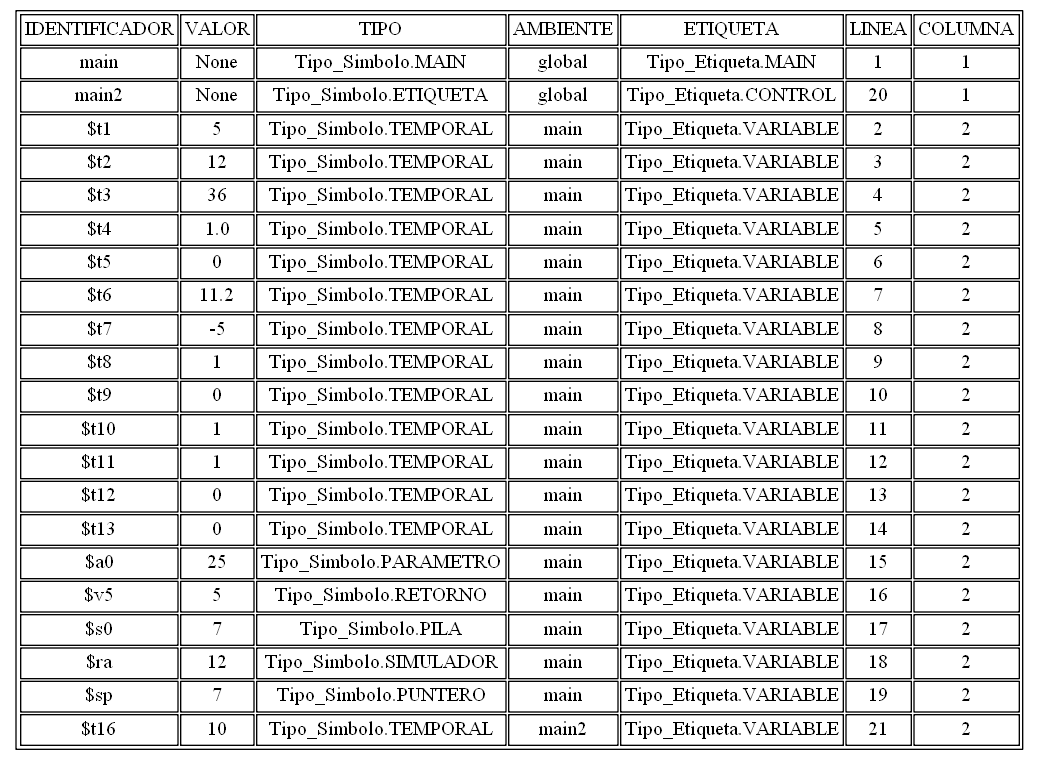
The Graphviz diagram tablasimbolos.png in AndreeAvalos/OLC2-AUGUS, before a commit. Its source is kept beside it as tablasimbolos.dot. Its diagram source:
```dot
digraph tabla{
graph [ratio=fill];node [label="\N", fontsize=15, shape=plaintext];
graph [bb="0,0,352,154"];
arset [label=<<TABLE ALIGN="LEFT">
<TR><TD>IDENTIFICADOR</TD><TD>VALOR</TD><TD>TIPO</TD><TD>AMBIENTE</TD><TD>ETIQUETA</TD><TD>LINEA</TD><TD>COLUMNA</TD></TR>
<TR><TD>main</TD><TD>None</TD><TD>Tipo_Simbolo.MAIN</TD><TD>global</TD><TD>Tipo_Etiqueta.MAIN</TD><TD>1</TD><TD>1</TD></TR>
<TR><TD>main2</TD><TD>None</TD><TD>Tipo_Simbolo.ETIQUETA</TD><TD>global</TD><TD>Tipo_Etiqueta.CONTROL</TD><TD>20</TD><TD>1</TD></TR>
<TR><TD>$t1</TD><TD>5</TD><TD>Tipo_Simbolo.TEMPORAL</TD><TD>main</TD><TD>Tipo_Etiqueta.VARIABLE</TD><TD>2</TD><TD>2</TD></TR>
<TR><TD>$t2</TD><TD>12</TD><TD>Tipo_Simbolo.TEMPORAL</TD><TD>main</TD><TD>Tipo_Etiqueta.VARIABLE</TD><TD>3</TD><TD>2</TD></TR>
<TR><TD>$t3</TD><TD>36</TD><TD>Tipo_Simbolo.TEMPORAL</TD><TD>main</TD><TD>Tipo_Etiqueta.VARIABLE</TD><TD>4</TD><TD>2</TD></TR>
<TR><TD>$t4</TD><TD>1.0</TD><TD>Tipo_Simbolo.TEMPORAL</TD><TD>main</TD><TD>Tipo_Etiqueta.VARIABLE</TD><TD>5</TD><TD>2</TD></TR>
<TR><TD>$t5</TD><TD>0</TD><TD>Tipo_Simbolo.TEMPORAL</TD><TD>main</TD><TD>Tipo_Etiqueta.VARIABLE</TD><TD>6</TD><TD>2</TD></TR>
<TR><TD>$t6</TD><TD>11.2</TD><TD>Tipo_Simbolo.TEMPORAL</TD><TD>main</TD><TD>Tipo_Etiqueta.VARIABLE</TD><TD>7</TD><TD>2</TD></TR>
<TR><TD>$t7</TD><TD>-5</TD><TD>Tipo_Simbolo.TEMPORAL</TD><TD>main</TD><TD>Tipo_Etiqueta.VARIABLE</TD><TD>8</TD><TD>2</TD></TR>
<TR><TD>$t8</TD><TD>1</TD><TD>Tipo_Simbolo.TEMPORAL</TD><TD>main</TD><TD>Tipo_Etiqueta.VARIABLE</TD><TD>9</TD><TD>2</TD></TR>
<TR><TD>$t9</TD><TD>0</TD><TD>Tipo_Simbolo.TEMPORAL</TD><TD>main</TD><TD>Tipo_Etiqueta.VARIABLE</TD><TD>10</TD><TD>2</TD></TR>
<TR><TD>$t10</TD><TD>1</TD><TD>Tipo_Simbolo.TEMPORAL</TD><TD>main</TD><TD>Tipo_Etiqueta.VARIABLE</TD><TD>11</TD><TD>2</TD></TR>
<TR><TD>$t11</TD><TD>1</TD><TD>Tipo_Simbolo.TEMPORAL</TD><TD>main</TD><TD>Tipo_Etiqueta.VARIABLE</TD><TD>12</TD><TD>2</TD></TR>
<TR><TD>$t12</TD><TD>0</TD><TD>Tipo_Simbolo.TEMPORAL</TD><TD>main</TD><TD>Tipo_Etiqueta.VARIABLE</TD><TD>13</TD><TD>2</TD></TR>
<TR><TD>$t13</TD><TD>0</TD><TD>Tipo_Simbolo.TEMPORAL</TD><TD>main</TD><TD>Tipo_Etiqueta.VARIABLE</TD><TD>14</TD><TD>2</TD></TR>
<TR><TD>$a0</TD><TD>25</TD><TD>Tipo_Simbolo.PARAMETRO</TD><TD>main</TD><TD>Tipo_Etiqueta.VARIABLE</TD><TD>15</TD><TD>2</TD></TR>
<TR><TD>$v5</TD><TD>5</TD><TD>Tipo_Simbolo.RETORNO</TD><TD>main</TD><TD>Tipo_Etiqueta.VARIABLE</TD><TD>16</TD><TD>2</TD></TR>
<TR><TD>$s0</TD><TD>7</TD><TD>Tipo_Simbolo.PILA</TD><TD>main</TD><TD>Tipo_Etiqueta.VARIABLE</TD><TD>17</TD><TD>2</TD></TR>
<TR><TD>$ra</TD><TD>12</TD><TD>Tipo_Simbolo.SIMULADOR</TD><TD>main</TD><TD>Tipo_Etiqueta.VARIABLE</TD><TD>18</TD><TD>2</TD></TR>
<TR><TD>$sp</TD><TD>7</TD><TD>Tipo_Simbolo.PUNTERO</TD><TD>main</TD><TD>Tipo_Etiqueta.VARIABLE</TD><TD>19</TD><TD>2</TD></TR>
<TR><TD>$t16</TD><TD>10</TD><TD>Tipo_Simbolo.TEMPORAL</TD><TD>main2</TD><TD>Tipo_Etiqueta.VARIABLE</TD><TD>21</TD><TD>2</TD></TR>
</TABLE>
>, ];
}
```
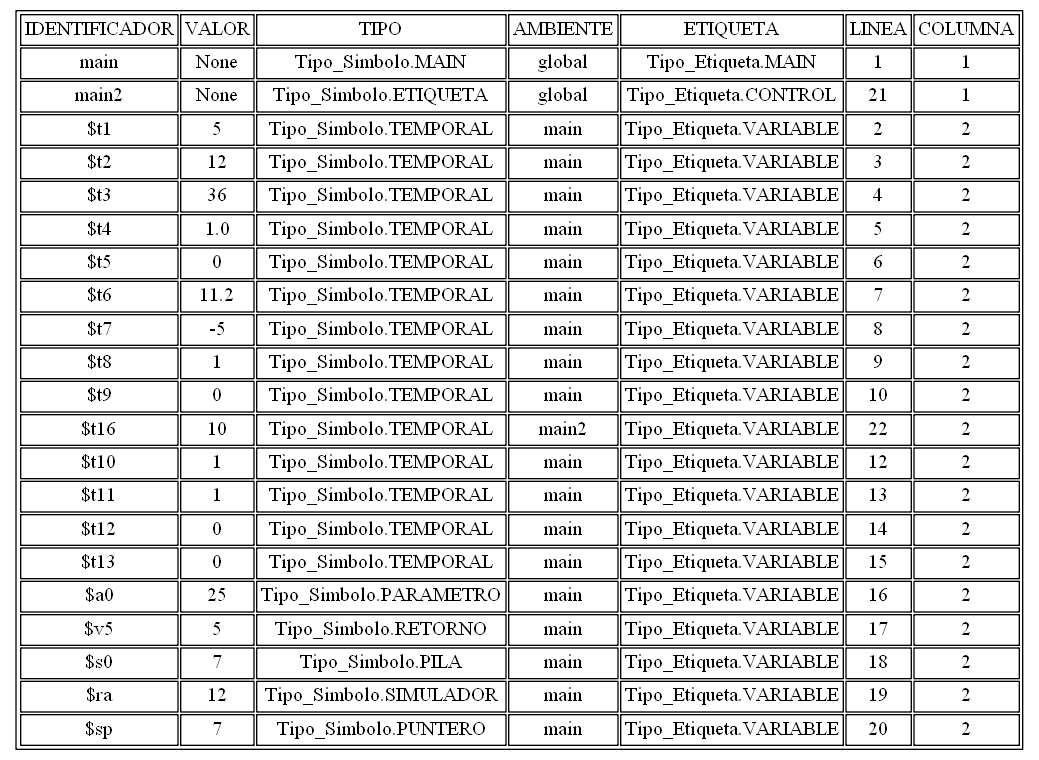
After the commit.

Diff of the diagram source:
```diff
@@ -4,7 +4,7 @@
 arset [label=<<TABLE ALIGN="LEFT">
 <TR><TD>IDENTIFICADOR</TD><TD>VALOR</TD><TD>TIPO</TD><TD>AMBIENTE</TD><TD>ETIQUETA</TD><TD>LINEA</TD><TD>COLUMNA</TD></TR>
 <TR><TD>main</TD><TD>None</TD><TD>Tipo_Simbolo.MAIN</TD><TD>global</TD><TD>Tipo_Etiqueta.MAIN</TD><TD>1</TD><TD>1</TD></TR>
-<TR><TD>main2</TD><TD>None</TD><TD>Tipo_Simbolo.ETIQUETA</TD><TD>global</TD><TD>Tipo_Etiqueta.CONTROL</TD><TD>20</TD><TD>1</TD></TR>
+<TR><TD>main2</TD><TD>None</TD><TD>Tipo_Simbolo.ETIQUETA</TD><TD>global</TD><TD>Tipo_Etiqueta.CONTROL</TD><TD>21</TD><TD>1</TD></TR>
 <TR><TD>$t1</TD><TD>5</TD><TD>Tipo_Simbolo.TEMPORAL</TD><TD>main</TD><TD>Tipo_Etiqueta.VARIABLE</TD><TD>2</TD><TD>2</TD></TR>
 <TR><TD>$t2</TD><TD>12</TD><TD>Tipo_Simbolo.TEMPORAL</TD><TD>main</TD><TD>Tipo_Etiqueta.VARIABLE</TD><TD>3</TD><TD>2</TD></TR>
 <TR><TD>$t3</TD><TD>36</TD><TD>Tipo_Simbolo.TEMPORAL</TD><TD>main</TD><TD>Tipo_Etiqueta.VARIABLE</TD><TD>4</TD><TD>2</TD></TR>
@@ -14,16 +14,16 @@
 <TR><TD>$t7</TD><TD>-5</TD><TD>Tipo_Simbolo.TEMPORAL</TD><TD>main</TD><TD>Tipo_Etiqueta.VARIABLE</TD><TD>8</TD><TD>2</TD></TR>
 <TR><TD>$t8</TD><TD>1</TD><TD>Tipo_Simbolo.TEMPORAL</TD><TD>main</TD><TD>Tipo_Etiqueta.VARIABLE</TD><TD>9</TD><TD>2</TD></TR>
 <TR><TD>$t9</TD><TD>0</TD><TD>Tipo_Simbolo.TEMPORAL</TD><TD>main</TD><TD>Tipo_Etiqueta.VARIABLE</TD><TD>10</TD><TD>2</TD></TR>
-<TR><TD>$t10</TD><TD>1</TD><TD>Tipo_Simbolo.TEMPORAL</TD><TD>main</TD><TD>Tipo_Etiqueta.VARIABLE</TD><TD>11</TD><TD>2</TD></TR>
-<TR><TD>$t11</TD><TD>1</TD><TD>Tipo_Simbolo.TEMPORAL</TD><TD>main</TD><TD>Tipo_Etiqueta.VARIABLE</TD><TD>12</TD><TD>2</TD></TR>
-<TR><TD>$t12</TD><TD>0</TD><TD>Tipo_Simbolo.TEMPORAL</TD><TD>main</TD><TD>Tipo_Etiqueta.VARIABLE</TD><TD>13</TD><TD>2</TD></TR>
-<TR><TD>$t13</TD><TD>0</TD><TD>Tipo_Simbolo.TEMPORAL</TD><TD>main</TD><TD>Tipo_Etiqueta.VARIABLE</TD><TD>14</TD><TD>2</TD></TR>
-<TR><TD>$a0</TD><TD>25</TD><TD>Tipo_Simbolo.PARAMETRO</TD><TD>main</TD><TD>Tipo_Etiqueta.VARIABLE</TD><TD>15</TD><TD>2</TD></TR>
-<TR><TD>$v5</TD><TD>5</TD><TD>Tipo_Simbolo.RETORNO</TD><TD>main</TD><TD>Tipo_Etiqueta.VARIABLE</TD><TD>16</TD><TD>2</TD></TR>
-<TR><TD>$s0</TD><TD>7</TD><TD>Tipo_Simbolo.PILA</TD><TD>main</TD><TD>Tipo_Etiqueta.VARIABLE</TD><TD>17</TD><TD>2</TD></TR>
-<TR><TD>$ra</TD><TD>12</TD><TD>Tipo_Simbolo.SIMULADOR</TD><TD>main</TD><TD>Tipo_Etiqueta.VARIABLE</TD><TD>18</TD><TD>2</TD></TR>
-<TR><TD>$sp</TD><TD>7</TD><TD>Tipo_Simbolo.PUNTERO</TD><TD>main</TD><TD>Tipo_Etiqueta.VARIABLE</TD><TD>19</TD><TD>2</TD></TR>
-<TR><TD>$t16</TD><TD>10</TD><TD>Tipo_Simbolo.TEMPORAL</TD><TD>main2</TD><TD>Tipo_Etiqueta.VARIABLE</TD><TD>21</TD><TD>2</TD></TR>
+<TR><TD>$t16</TD><TD>10</TD><TD>Tipo_Simbolo.TEMPORAL</TD><TD>main2</TD><TD>Tipo_Etiqueta.VARIABLE</TD><TD>22</TD><TD>2</TD></TR>
+<TR><TD>$t10</TD><TD>1</TD><TD>Tipo_Simbolo.TEMPORAL</TD><TD>main</TD><TD>Tipo_Etiqueta.VARIABLE</TD><TD>12</TD><TD>2</TD></TR>
+<TR><TD>$t11</TD><TD>1</TD><TD>Tipo_Simbolo.TEMPORAL</TD><TD>main</TD><TD>Tipo_Etiqueta.VARIABLE</TD><TD>13</TD><TD>2</TD></TR>
+<TR><TD>$t12</TD><TD>0</TD><TD>Tipo_Simbolo.TEMPORAL</TD><TD>main</TD><TD>Tipo_Etiqueta.VARIABLE</TD><TD>14</TD><TD>2</TD></TR>
+<TR><TD>$t13</TD><TD>0</TD><TD>Tipo_Simbolo.TEMPORAL</TD><TD>main</TD><TD>Tipo_Etiqueta.VARIABLE</TD><TD>15</TD><TD>2</TD></TR>
+<TR><TD>$a0</TD><TD>25</TD><TD>Tipo_Simbolo.PARAMETRO</TD><TD>main</TD><TD>Tipo_Etiqueta.VARIABLE</TD><TD>16</TD><TD>2</TD></TR>
+<TR><TD>$v5</TD><TD>5</TD><TD>Tipo_Simbolo.RETORNO</TD><TD>main</TD><TD>Tipo_Etiqueta.VARIABLE</TD><TD>17</TD><TD>2</TD></TR>
+<TR><TD>$s0</TD><TD>7</TD><TD>Tipo_Simbolo.PILA</TD><TD>main</TD><TD>Tipo_Etiqueta.VARIABLE</TD><TD>18</TD><TD>2</TD></TR>
+<TR><TD>$ra</TD><TD>12</TD><TD>Tipo_Simbolo.SIMULADOR</TD><TD>main</TD><TD>Tipo_Etiqueta.VARIABLE</TD><TD>19</TD><TD>2</TD></TR>
+<TR><TD>$sp</TD><TD>7</TD><TD>Tipo_Simbolo.PUNTERO</TD><TD>main</TD><TD>Tipo_Etiqueta.VARIABLE</TD><TD>20</TD><TD>2</TD></TR>
 </TABLE>
 >, ];
 }
```
